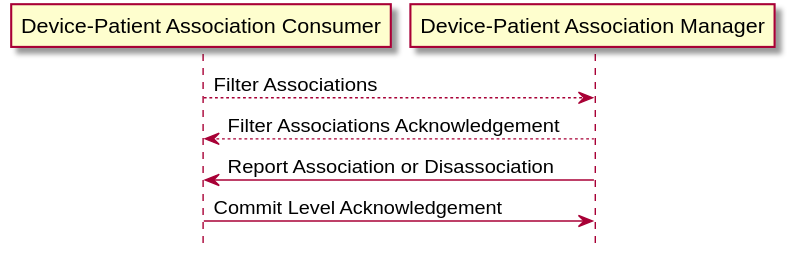
The PlantUML diagram CPs/review_artifacts/asciidoc-plant-uml-manager-consumer-filter-interaction-diagram.svg in IHE/DEV.PCIM, before a commit. Its diagram source:
```plantuml
@startuml
hide footbox
participant "Device-Patient Association Consumer" as consumer
participant "Device-Patient Association Manager"  as manager
consumer --> manager : Filter Associations
manager --> consumer : Filter Associations Acknowledgement
manager -> consumer : Report Association or Disassociation
consumer -> manager : Commit Level Acknowledgement
@enduml
```
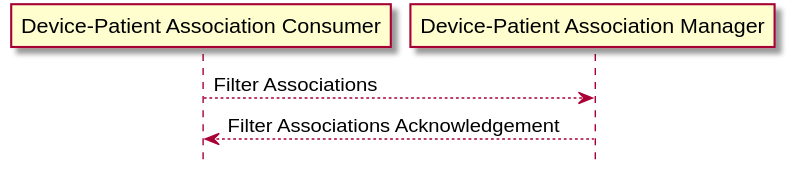
Above is the later version.

What changed in the source:
```diff
@@ -4,6 +4,4 @@
 participant "Device-Patient Association Manager"  as manager
 consumer --> manager : Filter Associations
 manager --> consumer : Filter Associations Acknowledgement
-manager -> consumer : Report Association or Disassociation
-consumer -> manager : Commit Level Acknowledgement
 @enduml
```
